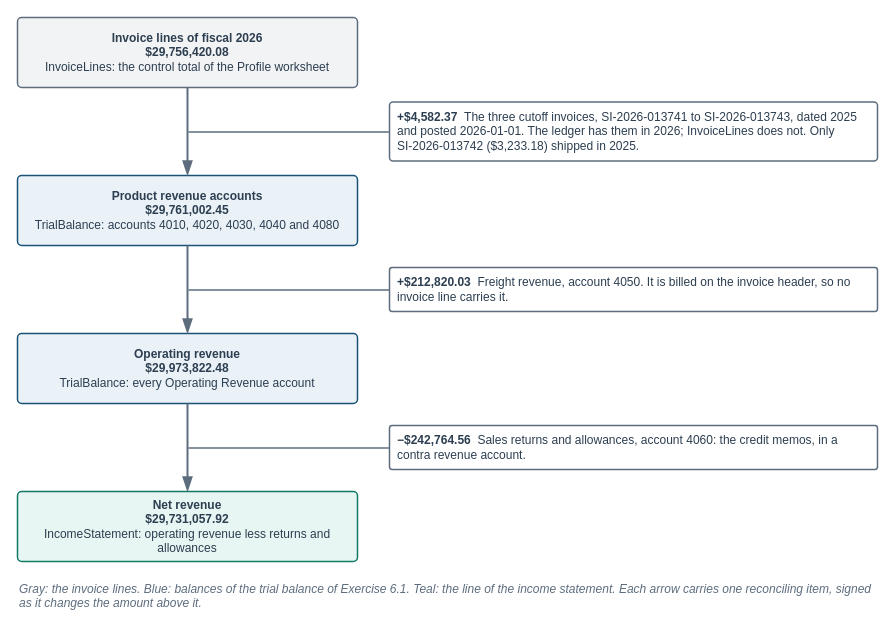
Above: facts/instructor/figures/chapter-06-descriptive-analytics/IF-06-0-A.drawio in mmcodesso/Accounting_Analytics_Book (draw.io), before the change. Source tidied: cells renumbered, new cells numbered last; positions are measured from the earlier drawing's top-left corner, leaving out a move shared by most shapes. Both pictures are drawn from the tidied source at 100%, with x=0, y=0 at pixel (17, 17).
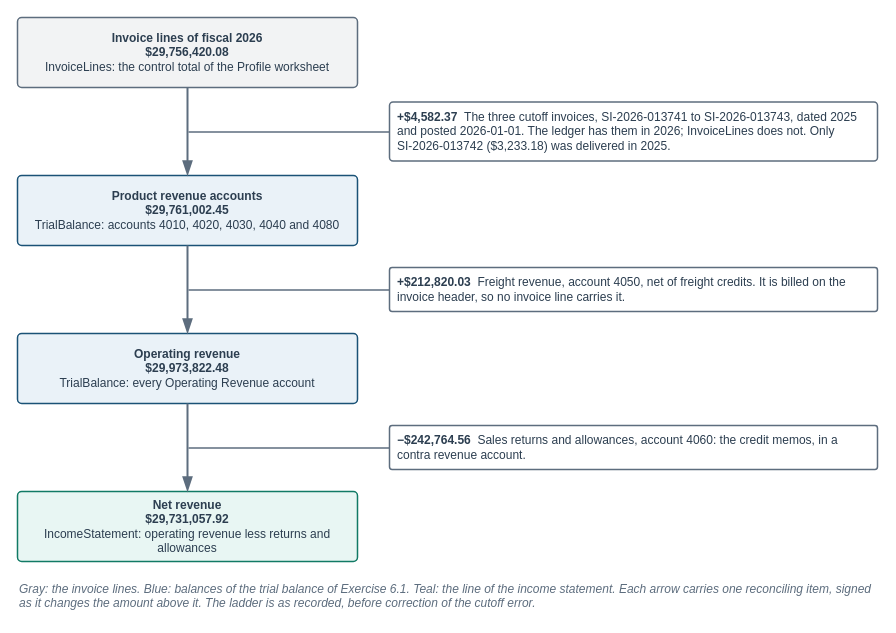
Above is the later version.

Change to the diagram source:
```diff
@@
-    <mxCell id="11" value="&lt;b&gt;+$4,582.37&lt;/b&gt;&amp;nbsp;&amp;nbsp;The three cutoff invoices, &lt;span style=&quot;white-space:nowrap&quot;&gt;SI-2026-013741&lt;/span&gt; to &lt;span style=&quot;white-space:nowrap&quot;&gt;SI-2026-013743&lt;/span&gt;, dated 2025 and posted 2026-01-01. The ledger has them in 2026; InvoiceLines does not. Only &lt;span style=&quot;white-space:nowrap&quot;&gt;SI-2026-013742&lt;/span&gt; ($3,233.18) shipped in 2025." style="rounded=1;arcSize=6;whiteSpace=wrap;html=1;fillColor=#FFFFFF;strokeColor=#5D6D7E;strokeWidth=1.5;fontColor=#2C3E50;fontSize=12;fontStyle=0;align=left;verticalAlign=middle;fontFamily=Helvetica;spacingLeft=6;spacingRight=6;" parent="1" vertex="1">
+    <mxCell id="11" value="&lt;b&gt;+$4,582.37&lt;/b&gt;&amp;nbsp;&amp;nbsp;The three cutoff invoices, &lt;span style=&quot;white-space:nowrap&quot;&gt;SI-2026-013741&lt;/span&gt; to &lt;span style=&quot;white-space:nowrap&quot;&gt;SI-2026-013743&lt;/span&gt;, dated 2025 and posted 2026-01-01. The ledger has them in 2026; InvoiceLines does not. Only &lt;span style=&quot;white-space:nowrap&quot;&gt;SI-2026-013742&lt;/span&gt; ($3,233.18) was delivered in 2025." style="rounded=1;arcSize=6;whiteSpace=wrap;html=1;fillColor=#FFFFFF;strokeColor=#5D6D7E;strokeWidth=1.5;fontColor=#2C3E50;fontSize=12;fontStyle=0;align=left;verticalAlign=middle;fontFamily=Helvetica;spacingLeft=6;spacingRight=6;" parent="1" vertex="1">
       <mxGeometry x="372" y="84.5" width="488" height="59" as="geometry" />
     </mxCell>
@@
-    <mxCell id="16" value="&lt;b&gt;+$212,820.03&lt;/b&gt;&amp;nbsp;&amp;nbsp;Freight revenue, account 4050. It is billed on the invoice header, so no invoice line carries it." style="rounded=1;arcSize=6;whiteSpace=wrap;html=1;fillColor=#FFFFFF;strokeColor=#5D6D7E;strokeWidth=1.5;fontColor=#2C3E50;fontSize=12;fontStyle=0;align=left;verticalAlign=middle;fontFamily=Helvetica;spacingLeft=6;spacingRight=6;" parent="1" vertex="1">
+    <mxCell id="16" value="&lt;b&gt;+$212,820.03&lt;/b&gt;&amp;nbsp;&amp;nbsp;Freight revenue, account 4050, net of freight credits. It is billed on the invoice header, so no invoice line carries it." style="rounded=1;arcSize=6;whiteSpace=wrap;html=1;fillColor=#FFFFFF;strokeColor=#5D6D7E;strokeWidth=1.5;fontColor=#2C3E50;fontSize=12;fontStyle=0;align=left;verticalAlign=middle;fontFamily=Helvetica;spacingLeft=6;spacingRight=6;" parent="1" vertex="1">
       <mxGeometry x="372" y="250" width="488" height="44" as="geometry" />
     </mxCell>
@@
-    <mxCell id="22" value="&lt;i&gt;Gray: the invoice lines. Blue: balances of the trial balance of Exercise 6.1. Teal: the line of the income statement. Each arrow carries one reconciling item, signed as it changes the amount above it.&lt;/i&gt;" style="text;html=1;whiteSpace=wrap;align=left;verticalAlign=top;fontSize=12;fontColor=#5D6D7E;fontStyle=0;fontFamily=Helvetica;spacing=2;fillColor=none;strokeColor=none;" parent="1" vertex="1">
+    <mxCell id="22" value="&lt;i&gt;Gray: the invoice lines. Blue: balances of the trial balance of Exercise 6.1. Teal: the line of the income statement. Each arrow carries one reconciling item, signed as it changes the amount above it. The ladder is as recorded, before correction of the cutoff error.&lt;/i&gt;" style="text;html=1;whiteSpace=wrap;align=left;verticalAlign=top;fontSize=12;fontColor=#5D6D7E;fontStyle=0;fontFamily=Helvetica;spacing=2;fillColor=none;strokeColor=none;" parent="1" vertex="1">
       <mxGeometry y="558" width="860" height="38" as="geometry" />
     </mxCell>
```
